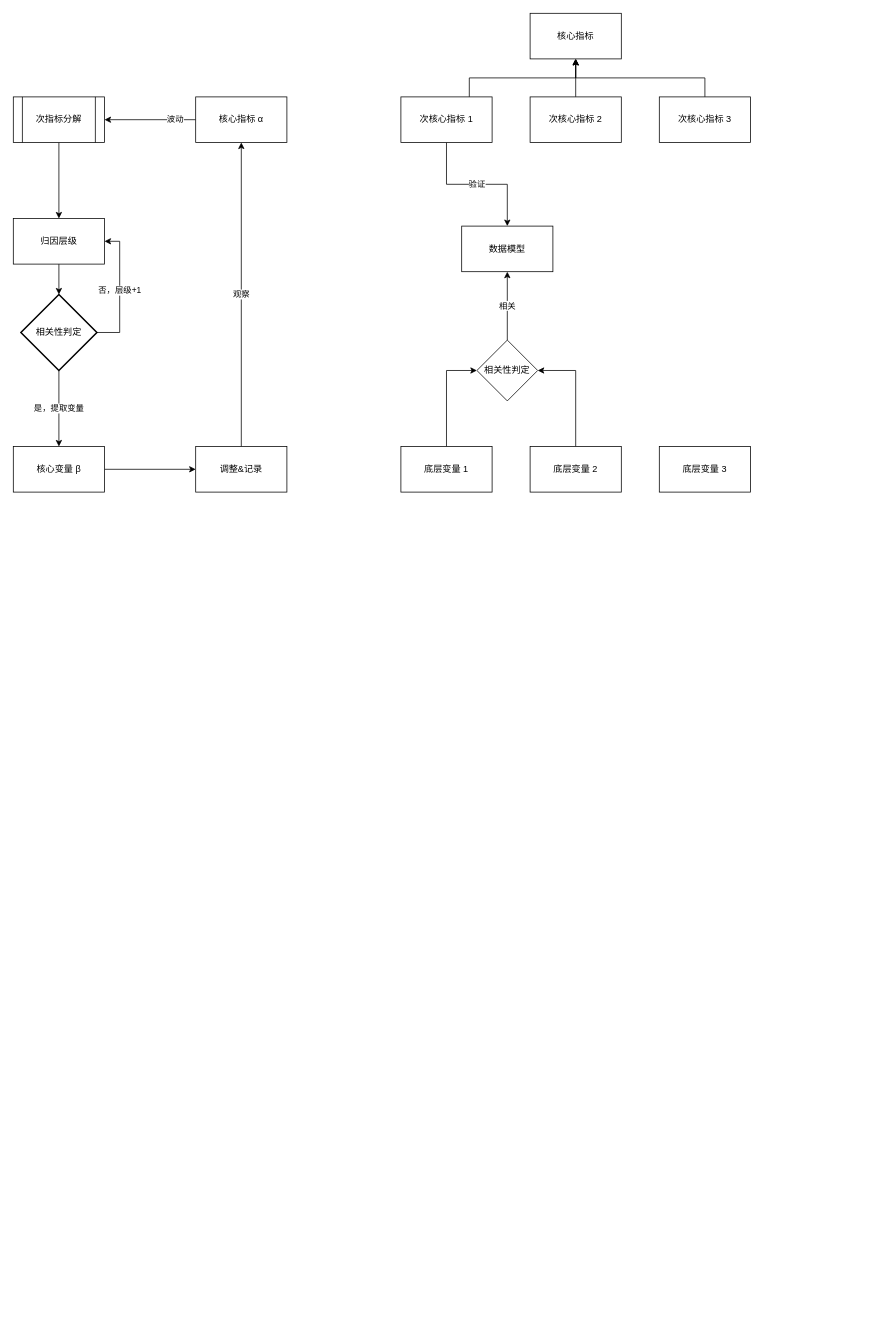
Before: 数据指标体系-mix.drawio in 1007885493/MyConcurrentFrame, a draw.io diagram. Source tidied: cells renumbered, new cells numbered last; positions are measured from the earlier drawing's top-left corner, leaving out a move shared by most shapes. Both pictures are drawn from the tidied source at 76%, with x=0, y=0 at pixel (13, 13).
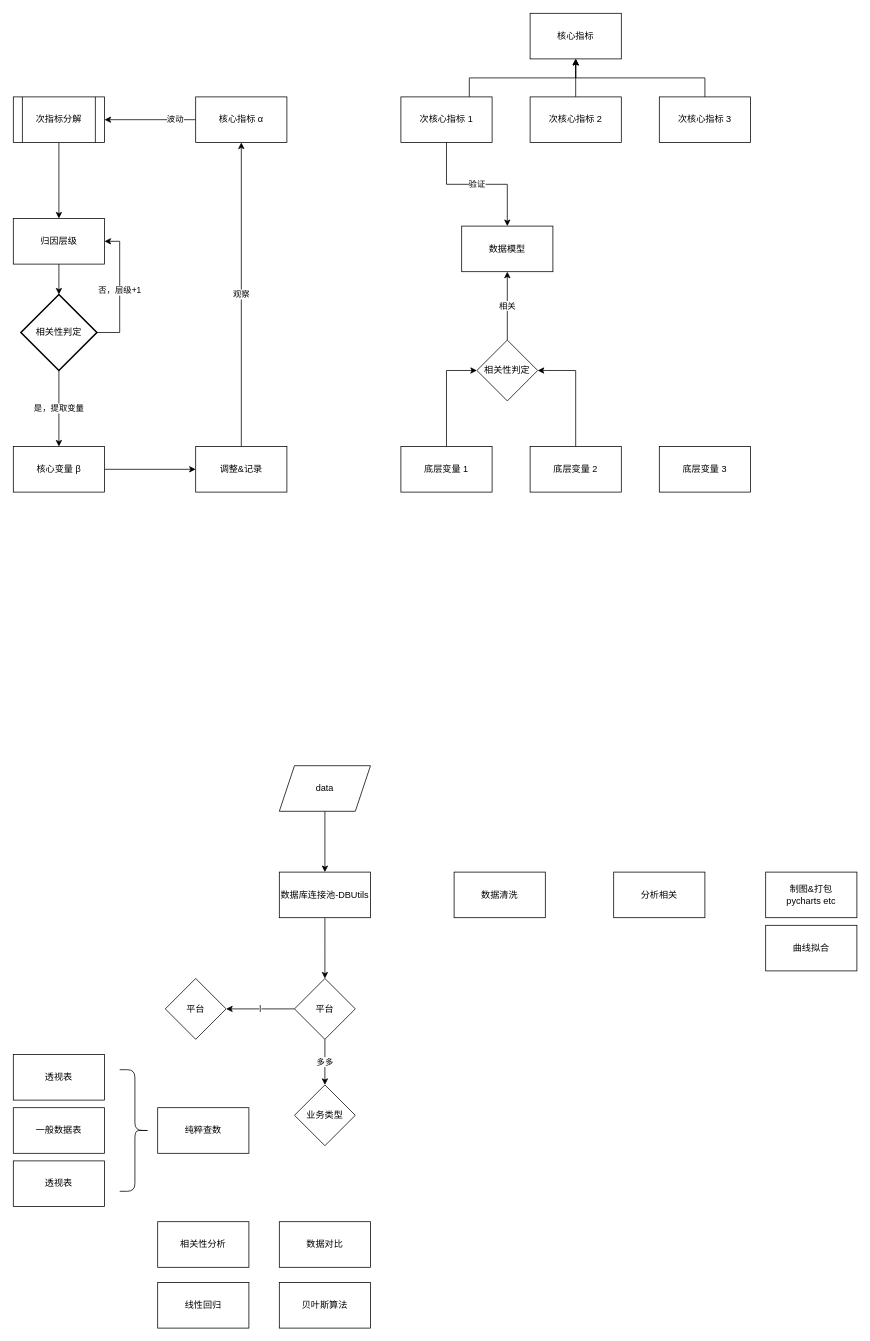
After the change.

Commit message:
更新数据指标体系-mix.drawio

Diff of the diagram source:
```diff
@@
+    <mxCell id="31" style="edgeStyle=orthogonalEdgeStyle;rounded=0;jettySize=auto;html=1;" parent="1" edge="1" source="32" target="34">
+      <mxGeometry relative="1" as="geometry" />
+    </mxCell>
+    <mxCell id="32" value="data" style="shape=parallelogram;perimeter=parallelogramPerimeter;whiteSpace=wrap;html=1;fixedSize=1;fontFamily=Helvetica;fontSize=12;fontColor=default;align=center;strokeColor=default;fillColor=default;" parent="1" vertex="1">
+      <mxGeometry x="350" y="990" width="120" height="60" as="geometry" />
+    </mxCell>
+    <mxCell id="33" style="edgeStyle=orthogonalEdgeStyle;rounded=0;jettySize=auto;html=1;" parent="1" edge="1" source="34">
+      <mxGeometry relative="1" as="geometry">
+        <mxPoint x="410" y="1270" as="targetPoint" />
+      </mxGeometry>
+    </mxCell>
+    <mxCell id="34" value="数据库连接池-DBUtils" style="whiteSpace=wrap;html=1;" parent="1" vertex="1">
+      <mxGeometry x="350" y="1130" width="120" height="60" as="geometry" />
+    </mxCell>
+    <mxCell id="35" value="数据清洗" style="rounded=0;whiteSpace=wrap;html=1;" parent="1" vertex="1">
+      <mxGeometry x="580" y="1130" width="120" height="60" as="geometry" />
+    </mxCell>
+    <mxCell id="36" value="制图&amp;amp;打包&lt;br&gt;pycharts etc" style="rounded=0;whiteSpace=wrap;html=1;" parent="1" vertex="1">
+      <mxGeometry x="990" y="1130" width="120" height="60" as="geometry" />
+    </mxCell>
+    <mxCell id="37" value="分析相关" style="rounded=0;whiteSpace=wrap;html=1;" parent="1" vertex="1">
+      <mxGeometry x="790" y="1130" width="120" height="60" as="geometry" />
+    </mxCell>
+    <mxCell id="38" value="多多" style="edgeStyle=orthogonalEdgeStyle;rounded=0;jettySize=auto;html=1;" parent="1" edge="1" source="40" target="41">
+      <mxGeometry relative="1" as="geometry" />
+    </mxCell>
+    <mxCell id="39" value="l" style="edgeStyle=orthogonalEdgeStyle;rounded=0;jettySize=auto;html=1;" parent="1" edge="1" source="40" target="42">
+      <mxGeometry relative="1" as="geometry" />
+    </mxCell>
+    <mxCell id="40" value="平台" style="rhombus;whiteSpace=wrap;html=1;" parent="1" vertex="1">
+      <mxGeometry x="370" y="1270" width="80" height="80" as="geometry" />
+    </mxCell>
+    <mxCell id="41" value="业务类型" style="rhombus;whiteSpace=wrap;html=1;" parent="1" vertex="1">
+      <mxGeometry x="370" y="1410" width="80" height="80" as="geometry" />
+    </mxCell>
+    <mxCell id="42" value="平台" style="rhombus;whiteSpace=wrap;html=1;" parent="1" vertex="1">
+      <mxGeometry x="200" y="1270" width="80" height="80" as="geometry" />
+    </mxCell>
+    <mxCell id="43" value="纯粹查数" style="whiteSpace=wrap;html=1;" parent="1" vertex="1">
+      <mxGeometry x="190" y="1440" width="120" height="60" as="geometry" />
+    </mxCell>
+    <mxCell id="44" value="相关性分析" style="whiteSpace=wrap;html=1;" parent="1" vertex="1">
+      <mxGeometry x="190" y="1590" width="120" height="60" as="geometry" />
+    </mxCell>
+    <mxCell id="45" value="曲线拟合" style="whiteSpace=wrap;html=1;" parent="1" vertex="1">
+      <mxGeometry x="990" y="1200" width="120" height="60" as="geometry" />
+    </mxCell>
+    <mxCell id="46" value="数据对比" style="whiteSpace=wrap;html=1;" parent="1" vertex="1">
+      <mxGeometry x="350" y="1590" width="120" height="60" as="geometry" />
+    </mxCell>
+    <mxCell id="47" value="透视表" style="rounded=0;whiteSpace=wrap;html=1;" parent="1" vertex="1">
+      <mxGeometry y="1370" width="120" height="60" as="geometry" />
+    </mxCell>
+    <mxCell id="48" value="一般数据表" style="rounded=0;whiteSpace=wrap;html=1;" parent="1" vertex="1">
+      <mxGeometry y="1440" width="120" height="60" as="geometry" />
+    </mxCell>
+    <mxCell id="49" value="透视表" style="rounded=0;whiteSpace=wrap;html=1;" parent="1" vertex="1">
+      <mxGeometry y="1510" width="120" height="60" as="geometry" />
+    </mxCell>
+    <mxCell id="50" style="shape=curlyBracket;whiteSpace=wrap;html=1;rounded=1;flipH=1;labelPosition=right;verticalLabelPosition=middle;align=left;verticalAlign=middle;size=0.5;" parent="1" vertex="1">
+      <mxGeometry x="140" y="1390" width="40" height="160" as="geometry" />
+    </mxCell>
+    <mxCell id="51" value="线性回归" style="whiteSpace=wrap;html=1;" parent="1" vertex="1">
+      <mxGeometry x="190" y="1670" width="120" height="60" as="geometry" />
+    </mxCell>
+    <mxCell id="52" value="贝叶斯算法" style="whiteSpace=wrap;html=1;" parent="1" vertex="1">
+      <mxGeometry x="350" y="1670" width="120" height="60" as="geometry" />
+    </mxCell>
```
